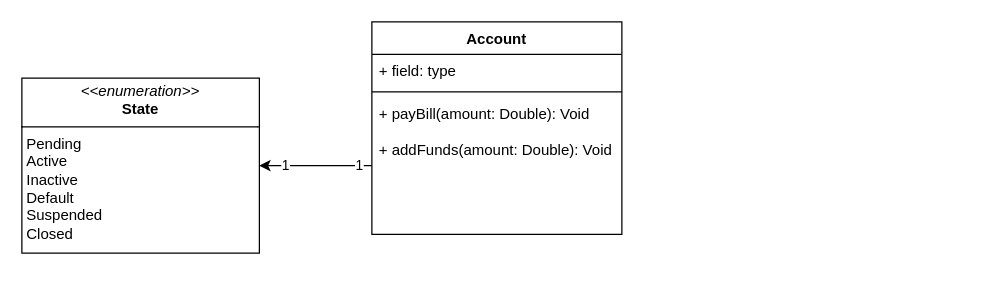
Before: page "Page-3" (3 of 3) of workshop6_week7.drawio in antonykimuom/SWEN30006-2025-SM1-workshop1-tuew05-14-00-team-12, a draw.io diagram. Source tidied: cells renumbered, new cells numbered last; positions are measured from the earlier drawing's top-left corner, leaving out a move shared by most shapes. Both pictures are drawn from the tidied source at 125%, with x=0, y=0 at pixel (21, 21).
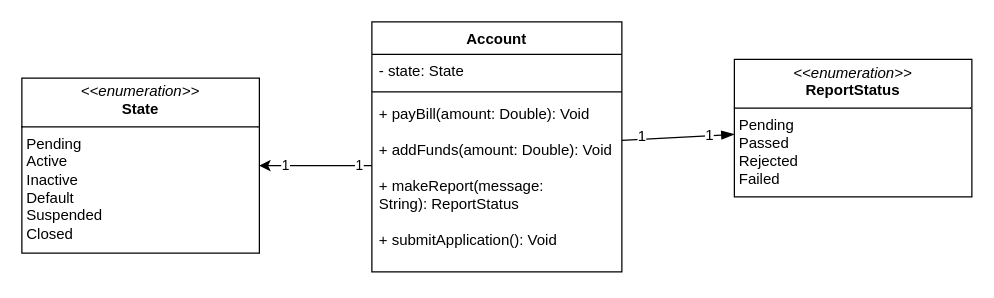
Above is the later version.

What changed in the source:
```diff
@@
 <mxGraphModel>
   <root>
     <mxCell id="0" />
     <mxCell id="1" parent="0" />
     <mxCell id="2" value="Account" style="swimlane;fontStyle=1;align=center;verticalAlign=top;horizontal=1;startSize=26;whiteSpace=wrap;html=1;" parent="1" vertex="1">
-      <mxGeometry x="280" width="200" height="170" as="geometry" />
+      <mxGeometry x="280" width="200" height="200" as="geometry" />
     </mxCell>
-    <mxCell id="3" value="+ field: type" style="text;strokeColor=none;fillColor=none;align=left;verticalAlign=top;spacingLeft=4;spacingRight=4;overflow=hidden;whiteSpace=wrap;html=1;" parent="2" vertex="1">
+    <mxCell id="3" value="- state: State" style="text;strokeColor=none;fillColor=none;align=left;verticalAlign=top;spacingLeft=4;spacingRight=4;overflow=hidden;whiteSpace=wrap;html=1;" parent="2" vertex="1">
       <mxGeometry y="26" width="200" height="26" as="geometry" />
     </mxCell>
     <mxCell id="4" style="line;strokeWidth=1;fillColor=none;align=left;verticalAlign=middle;spacingTop=-1;spacingLeft=3;spacingRight=3;labelPosition=right;strokeColor=inherit;" parent="2" vertex="1">
       <mxGeometry y="52" width="200" height="8" as="geometry" />
     </mxCell>
-    <mxCell id="5" value="+ payBill(amount: Double): Void&lt;div&gt;&lt;br&gt;&lt;/div&gt;&lt;div&gt;+ addFunds(amount: Double): Void&lt;/div&gt;" style="text;strokeColor=none;fillColor=none;align=left;verticalAlign=top;spacingLeft=4;spacingRight=4;overflow=hidden;points=[[0,0.5],[1,0.5]];portConstraint=eastwest;whiteSpace=wrap;html=1;" parent="2" vertex="1">
-      <mxGeometry y="60" width="200" height="110" as="geometry" />
+    <mxCell id="5" value="+ payBill(amount: Double): Void&lt;div&gt;&lt;br&gt;&lt;/div&gt;&lt;div&gt;+ addFunds(amount: Double): Void&lt;/div&gt;&lt;div&gt;&lt;br&gt;&lt;/div&gt;&lt;div&gt;+ makeReport(message: String):&amp;nbsp;&lt;span style=&quot;background-color: transparent; color: light-dark(rgb(0, 0, 0), rgb(255, 255, 255)); text-align: center;&quot;&gt;ReportStatus&lt;/span&gt;&lt;/div&gt;&lt;div&gt;&lt;span style=&quot;background-color: transparent; color: light-dark(rgb(0, 0, 0), rgb(255, 255, 255)); text-align: center;&quot;&gt;&lt;br&gt;&lt;/span&gt;&lt;/div&gt;&lt;div&gt;&lt;span style=&quot;background-color: transparent; color: light-dark(rgb(0, 0, 0), rgb(255, 255, 255)); text-align: center;&quot;&gt;+ submitApplication(): Void&lt;/span&gt;&lt;/div&gt;" style="text;strokeColor=none;fillColor=none;align=left;verticalAlign=top;spacingLeft=4;spacingRight=4;overflow=hidden;points=[[0,0.5],[1,0.5]];portConstraint=eastwest;whiteSpace=wrap;html=1;" parent="2" vertex="1">
+      <mxGeometry y="60" width="200" height="140" as="geometry" />
     </mxCell>
     <mxCell id="6" value="&lt;p style=&quot;margin:0px;margin-top:4px;text-align:center;&quot;&gt;&lt;i&gt;&amp;lt;&amp;lt;enumeration&amp;gt;&amp;gt;&lt;/i&gt;&lt;br&gt;&lt;b&gt;State&lt;/b&gt;&lt;/p&gt;&lt;hr size=&quot;1&quot; style=&quot;border-style:solid;&quot;&gt;&lt;p style=&quot;margin:0px;margin-left:4px;&quot;&gt;Pending&lt;/p&gt;&lt;p style=&quot;margin:0px;margin-left:4px;&quot;&gt;Active&lt;/p&gt;&lt;p style=&quot;margin:0px;margin-left:4px;&quot;&gt;Inactive&lt;/p&gt;&lt;p style=&quot;margin:0px;margin-left:4px;&quot;&gt;Default&lt;/p&gt;&lt;p style=&quot;margin:0px;margin-left:4px;&quot;&gt;Suspended&lt;/p&gt;&lt;p style=&quot;margin:0px;margin-left:4px;&quot;&gt;Closed&lt;/p&gt;&lt;p style=&quot;margin:0px;margin-left:4px;&quot;&gt;&lt;br&gt;&lt;/p&gt;" style="verticalAlign=top;align=left;overflow=fill;html=1;whiteSpace=wrap;" parent="1" vertex="1">
       <mxGeometry y="45" width="190" height="140" as="geometry" />
     </mxCell>
-    <mxCell id="7" style="endArrow=classic;html=1;rounded=0;exitX=0;exitY=0.5;exitDx=0;exitDy=0;entryX=1;entryY=0.5;entryDx=0;entryDy=0;" parent="1" edge="1" source="5" target="6">
-      <mxGeometry relative="1" as="geometry" />
+    <mxCell id="7" style="endArrow=classic;html=1;rounded=0;entryX=1;entryY=0.5;entryDx=0;entryDy=0;edgeStyle=orthogonalEdgeStyle;" parent="1" edge="1" source="2" target="6">
+      <mxGeometry relative="1" as="geometry">
+        <Array as="points">
+          <mxPoint x="260" y="115" />
+          <mxPoint x="260" y="115" />
+        </Array>
+      </mxGeometry>
     </mxCell>
     <mxCell id="8" value="1" style="edgeLabel;html=1;align=center;verticalAlign=middle;" parent="7" vertex="1">
       <mxGeometry x="0.84" y="-1" relative="1" as="geometry">
         <mxPoint x="13" as="offset" />
       </mxGeometry>
     </mxCell>
     <mxCell id="9" value="1" style="edgeLabel;html=1;align=center;verticalAlign=middle;" parent="7" vertex="1">
       <mxGeometry x="-0.75" y="-1" relative="1" as="geometry" />
     </mxCell>
+    <mxCell id="10" style="edgeStyle=none;curved=1;rounded=0;jettySize=auto;html=1;fontSize=12;startSize=8;endSize=8;endArrow=none;endFill=0;startFill=1;startArrow=blockThin;" parent="1" edge="1" source="13" target="2">
+      <mxGeometry relative="1" as="geometry" />
+    </mxCell>
+    <mxCell id="11" value="1" style="edgeLabel;html=1;align=center;verticalAlign=middle;fontSize=12;" parent="10" vertex="1">
+      <mxGeometry x="0.65" y="-2" relative="1" as="geometry" />
+    </mxCell>
+    <mxCell id="12" value="1" style="edgeLabel;html=1;align=center;verticalAlign=middle;fontSize=12;" parent="10" vertex="1">
+      <mxGeometry x="-0.55" y="-1" relative="1" as="geometry" />
+    </mxCell>
+    <mxCell id="13" value="&lt;p style=&quot;margin:0px;margin-top:4px;text-align:center;&quot;&gt;&lt;i&gt;&amp;lt;&amp;lt;enumeration&amp;gt;&amp;gt;&lt;/i&gt;&lt;br&gt;&lt;b&gt;ReportStatus&lt;/b&gt;&lt;/p&gt;&lt;hr size=&quot;1&quot; style=&quot;border-style:solid;&quot;&gt;&lt;p style=&quot;margin:0px;margin-left:4px;&quot;&gt;Pending&lt;/p&gt;&lt;p style=&quot;margin:0px;margin-left:4px;&quot;&gt;Passed&lt;/p&gt;&lt;p style=&quot;margin:0px;margin-left:4px;&quot;&gt;Rejected&lt;/p&gt;&lt;p style=&quot;margin:0px;margin-left:4px;&quot;&gt;Failed&lt;/p&gt;" style="verticalAlign=top;align=left;overflow=fill;html=1;whiteSpace=wrap;" parent="1" vertex="1">
+      <mxGeometry x="570" y="30" width="190" height="110" as="geometry" />
+    </mxCell>
   </root>
 </mxGraphModel>
```
